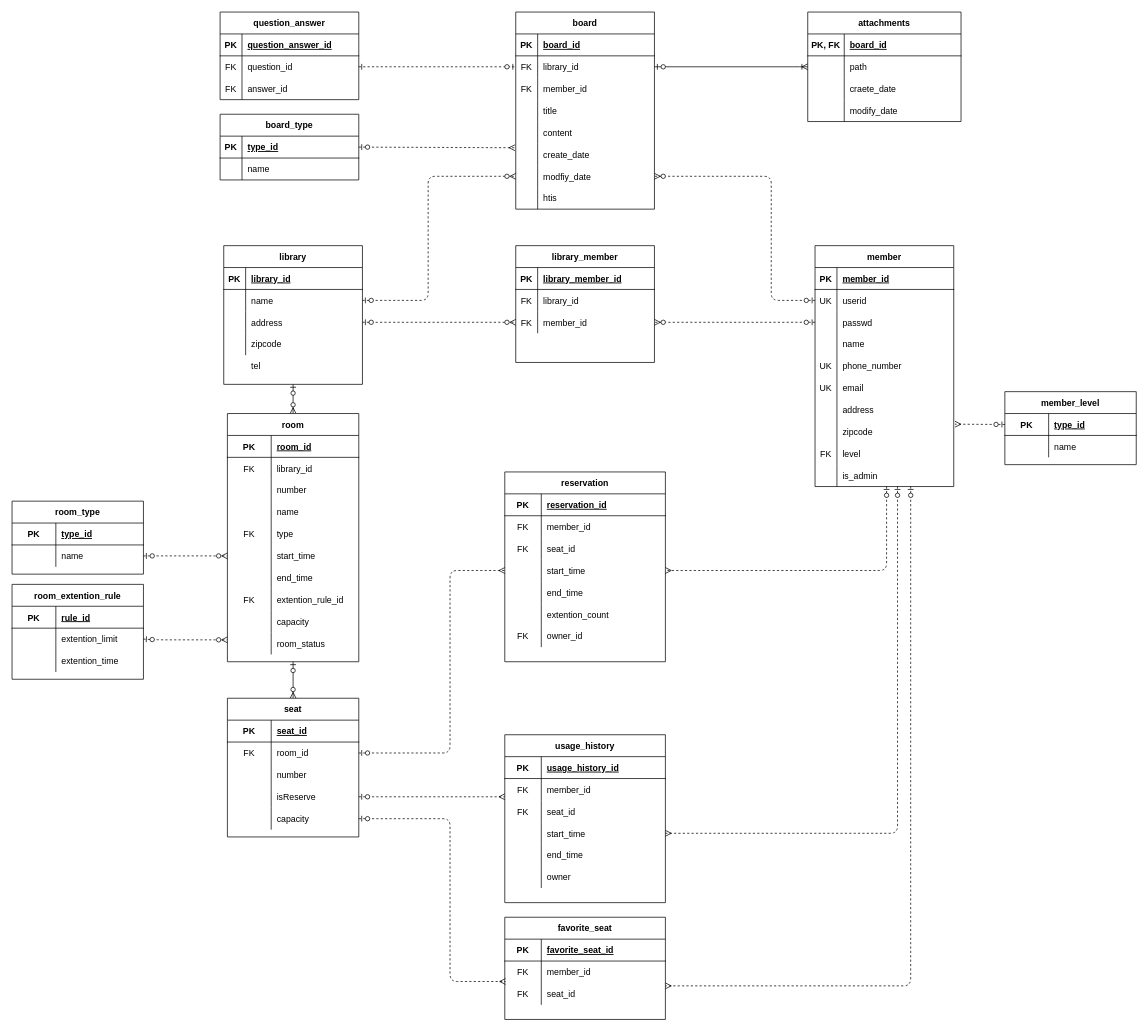
nsun9505/ProjectLSRS keeps this draw.io diagram as Modeling.drawio. Above is the earlier version. Source tidied: cells renumbered, new cells numbered last; positions are measured from the earlier drawing's top-left corner, leaving out a move shared by most shapes. Both pictures are drawn from the tidied source at 73%, with x=0, y=0 at pixel (12, 12).
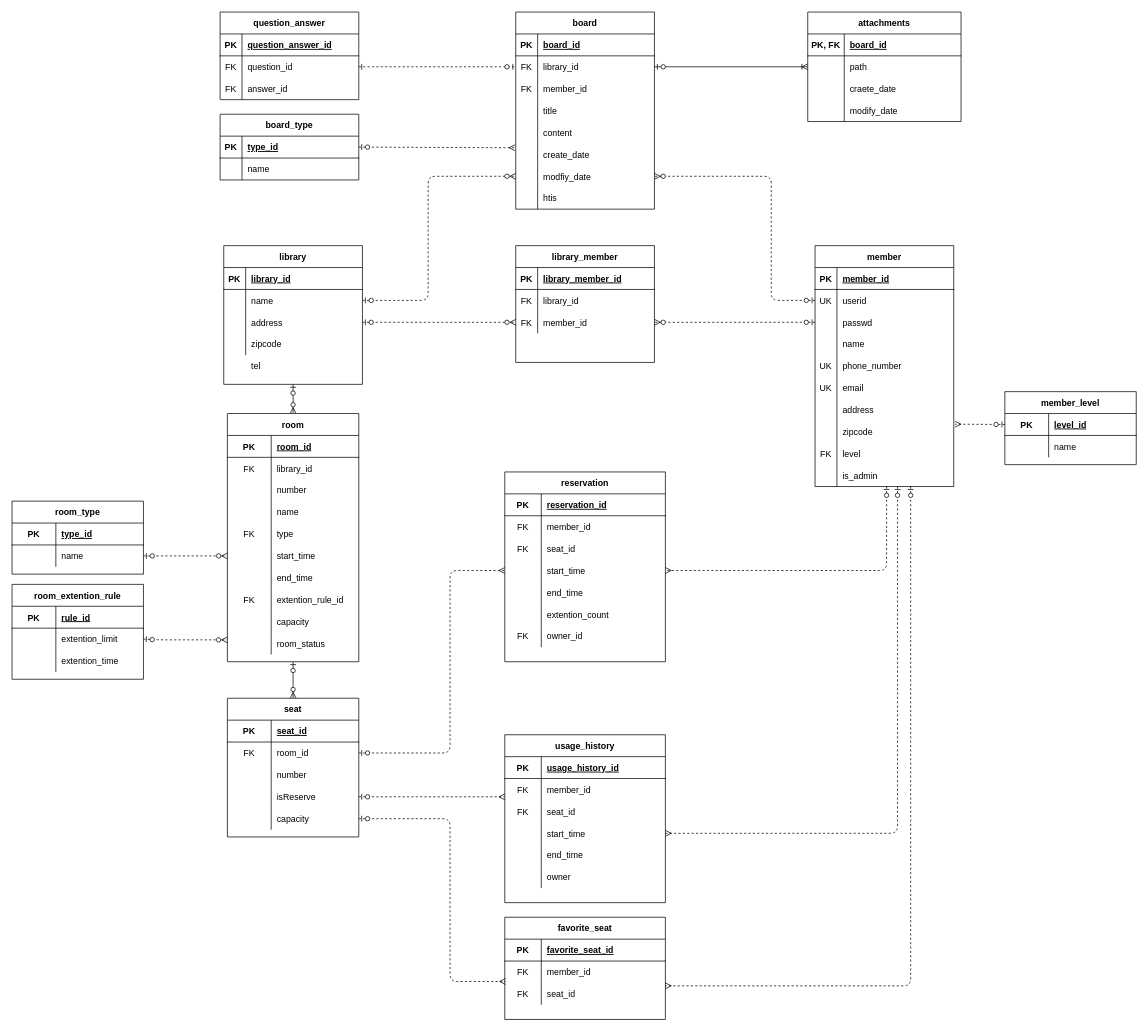
The same diagram, later.

Unchanged cells that the change refers to:
```xml
<mxCell id="183" style="shape=partialRectangle;fillColor=none;top=0;left=0;bottom=1;right=0;points=[[0,0.5],[1,0.5]];portConstraint=eastwest;" parent="182" vertex="1">
  <mxGeometry y="30" width="180" height="30" as="geometry" />
</mxCell>
```

What changed in the source:
```diff
@@
-    <mxCell id="185" value="type_id" style="shape=partialRectangle;fillColor=none;top=0;left=0;bottom=0;right=0;align=left;spacingLeft=6;fontStyle=5;overflow=hidden;" parent="183" vertex="1">
+    <mxCell id="185" value="level_id" style="shape=partialRectangle;fillColor=none;top=0;left=0;bottom=0;right=0;align=left;spacingLeft=6;fontStyle=5;overflow=hidden;" parent="183" vertex="1">
       <mxGeometry x="60" width="120" height="30" as="geometry" />
     </mxCell>
```
